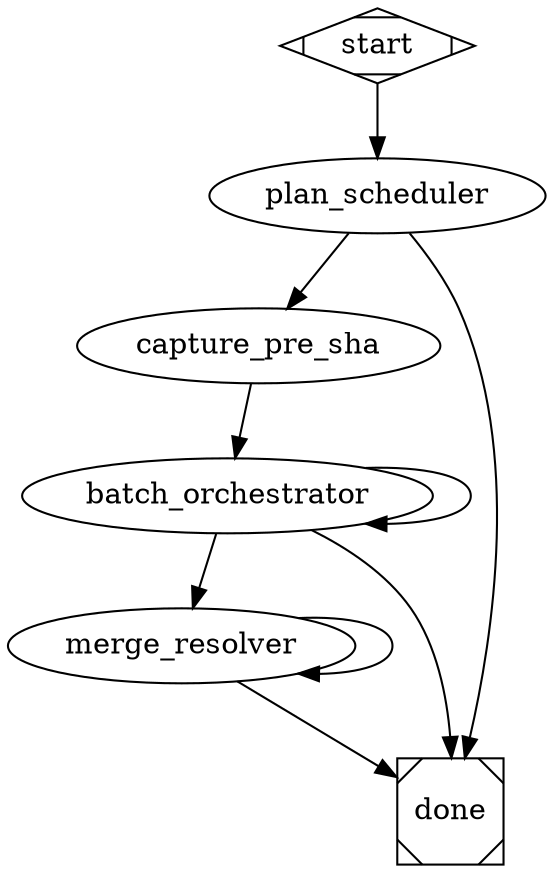
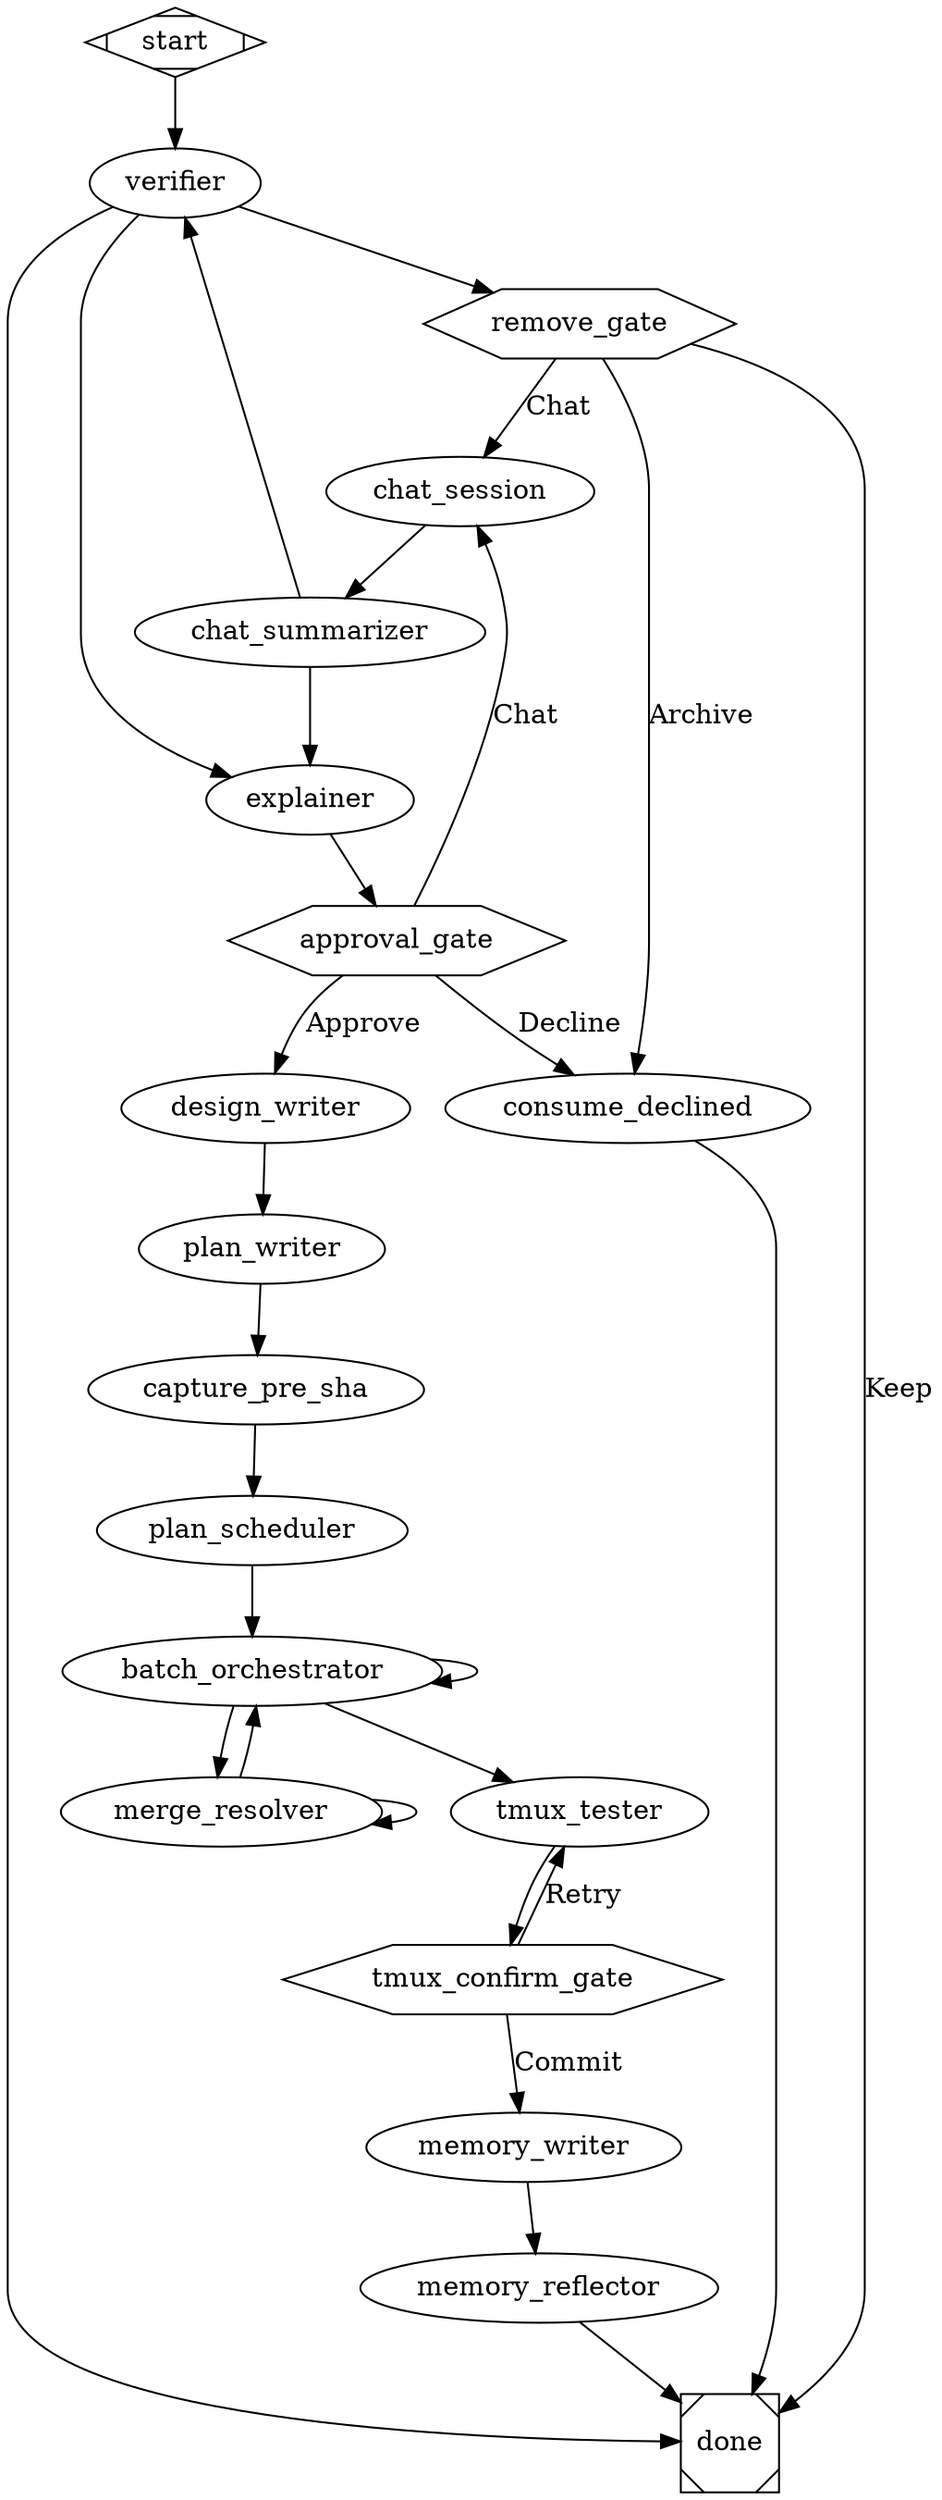
- digraph parallel_implement_test {
-   goal="Test DAG-scheduled parallel implementation of a pre-written plan via local worktrees"
+ // Head + tail copied from .apparat/pipelines/illumination-to-implementation/pipeline.dot
+ // (verifier, chat loop, approval gate, design_writer, plan_writer at head; tmux_tester +
+ // memory_writer + memory_reflector at tail). Keep in sync until parallel-impl is promoted
+ // into illumination-to-implementation directly.
+ digraph parallel_illumination_to_implementation {
+   goal="Triage an illumination into an approved plan, then ship it through DAG-scheduled parallel implementation"
  headless_safe=false
-   inputs="project, plan_path"
+   inputs="project, run_id"

  start [shape=Mdiamond]

-   plan_scheduler [agent="plan-scheduler"]
+   // ── Phase 1: Illumination triage (copied from illumination-to-implementation) ──
+ 
+   verifier [agent="verifier", default_refinements="", default_illumination_path=""]
+ 
+   remove_gate [shape=hexagon]
+ 
+   consume_declined [type="tool",
+                     cwd="$project",
+                     script_file="consume.mjs",
+                     script_args="$verifier.illumination_path declined"]
+ 
+   explainer [agent="change-explainer", default_refinements=""]
+ 
+   approval_gate [shape=hexagon, default_refinements=""]
+ 
+   chat_session [agent="chat-refiner", interactive=true, default_refinements=""]
+ 
+   chat_summarizer [agent="chat-summarizer", default_refinements=""]
+ 
+   design_writer [agent="design-writer", default_refinements="No interactive refinements were requested."]
+ 
+   plan_writer [agent="plan-writer", default_refinements="No interactive refinements were requested."]
+ 
+   // ── Phase 2: Parallel implementation (existing chain, rewired) ─────────────────

  capture_pre_sha [type="tool",
                   cwd="$project",
                   script_file="capture-pre-sha.sh",
                   produces_from_stdout="true",
                   produces="pre_sha"]

+   plan_scheduler [agent="plan-scheduler"]
+ 
  batch_orchestrator [agent="batch_orchestrator"]

  merge_resolver [agent="merge_resolver"]

+   // ── Phase 3: Verification + memory (tail copied from illumination-to-implementation) ──
+ 
+   tmux_tester [agent="tmux-tester"]
+ 
+   tmux_confirm_gate [shape=hexagon]
+ 
+   memory_writer [agent="memory-writer", default_test_result="", default_test_summary="", default_illumination_path=""]
+ 
+   memory_reflector [agent="memory-reflector", default_illumination_path=""]
+ 
  done [shape=Msquare]

-   start -> plan_scheduler
-   plan_scheduler -> done           [condition="plan_scheduler.parallel_worthwhile=false"]
-   plan_scheduler -> capture_pre_sha [condition="plan_scheduler.parallel_worthwhile=true"]
+   // ── Routing: Phase 1 ─────────────────────────────────────────────────────
+   start -> verifier
+   verifier -> remove_gate      [condition="verifier.preferred_label=false"]
+   verifier -> explainer        [condition="verifier.preferred_label=true"]
+   verifier -> done             [condition="verifier.preferred_label=empty"]

-   capture_pre_sha -> batch_orchestrator
+   // False path
+   remove_gate -> consume_declined  [label="Archive"]
+   remove_gate -> done              [label="Keep"]
+   remove_gate -> chat_session      [label="Chat"]

+   // True path
+   explainer -> approval_gate
+   approval_gate -> consume_declined  [label="Decline"]
+   approval_gate -> design_writer     [label="Approve"]
+   approval_gate -> chat_session      [label="Chat"]
+ 
+   // Chat loop — scope_changed=true rewinds to verifier; false re-renders explainer only.
+   chat_session -> chat_summarizer
+   chat_summarizer -> verifier  [condition="chat_summarizer.scope_changed=true"]
+   chat_summarizer -> explainer [condition="chat_summarizer.scope_changed=false"]
+ 
+   // Decline branch terminator
+   consume_declined -> done
+ 
+   // ── Routing: Phase 2 ─────────────────────────────────────────────────────
+   // plan_writer hands plan_path to capture_pre_sha (HEAD baseline before any impl work),
+   // then plan_scheduler reads the plan to compute the DAG, then batch_orchestrator drives
+   // parallel implementation via local worktrees.
+   design_writer -> plan_writer -> capture_pre_sha -> plan_scheduler -> batch_orchestrator
+ 
+   // Routing: conflicts route fires first (engine picks first matching condition).
+   // Orchestrator emits done=true ONLY when every chunk is merged. Conflicts route
+   // to resolver, which routes back to orchestrator after each resolution so the
+   // next ready batch can be dispatched.
+   batch_orchestrator -> merge_resolver     [condition="batch_orchestrator.conflicts_present=true"]
  batch_orchestrator -> batch_orchestrator [condition="batch_orchestrator.done=false"]
-   batch_orchestrator -> merge_resolver     [condition="batch_orchestrator.conflicts_present=true"]
-   batch_orchestrator -> done               [condition="batch_orchestrator.conflicts_present=false"]
+   batch_orchestrator -> tmux_tester        [condition="batch_orchestrator.done=true"]

  merge_resolver -> merge_resolver         [condition="merge_resolver.done=false"]
-   merge_resolver -> done                   [condition="merge_resolver.done=true"]
+   merge_resolver -> batch_orchestrator     [condition="merge_resolver.done=true"]
+ 
+   // ── Routing: Phase 3 ─────────────────────────────────────────────────────
+   // No review_gate — orchestrator/resolver feed tmux_tester directly per design.
+   tmux_tester -> tmux_confirm_gate
+   tmux_confirm_gate -> memory_writer [label="Commit"]
+   tmux_confirm_gate -> tmux_tester   [label="Retry"]
+ 
+   memory_writer -> memory_reflector
+   memory_reflector -> done
}
